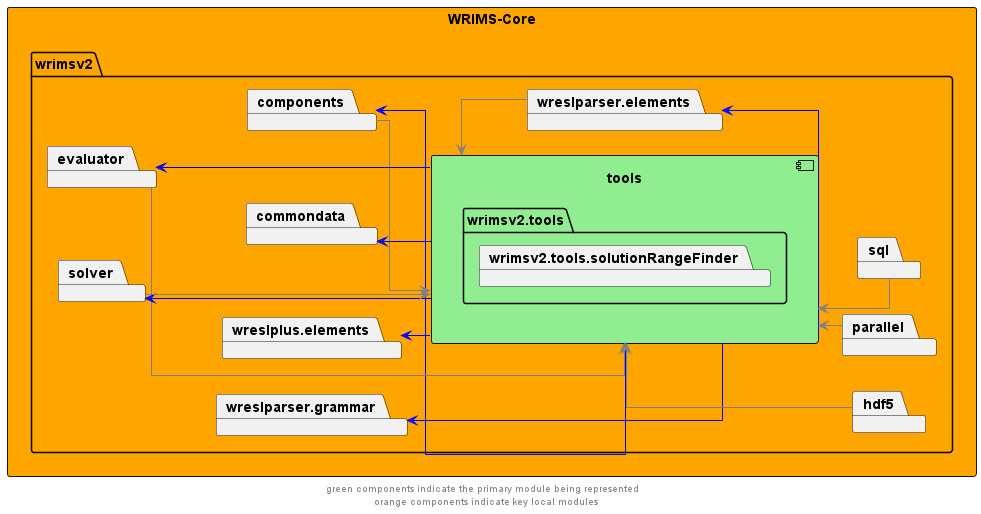
The PlantUML diagram docs/diagrams/wrims-core/wrims-core_tools.png in CentralValleyModeling/wrims, before a commit.
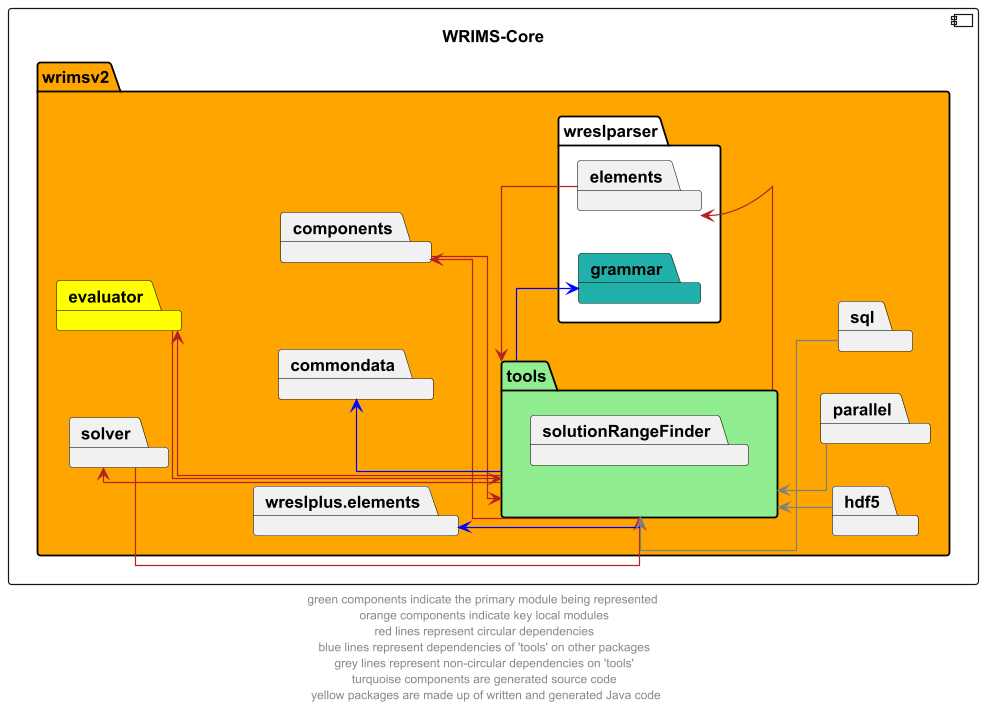
After the commit.

Diff of the diagram source:
```diff
@@ -2,21 +2,19 @@
 left to right direction
 skinparam linetype ortho
 
-rectangle wrims_core as "WRIMS-Core" #orange {
-        package wrimsv2{
-            package tools {
-                component tools #lightgreen {
-                    package wrimsv2.tools{
-                        package wrimsv2.tools.solutionRangeFinder
-                    }
-                }
+component wrims_core as "WRIMS-Core" {
+        package wrimsv2 #orange {
+            package tools #lightgreen {
+                package solutionRangeFinder
             }
         package commondata
         package components
-        package evaluator
+        package evaluator #yellow
         package solver
-        package wreslparser.elements
-        package wreslparser.grammar
+        package wreslparser #white {
+            package elements
+            package grammar #lightseagreen
+        }
         package wreslplus.elements
 
         package hdf5
@@ -25,17 +23,17 @@
     }
 }
 
-tools -u->  components #blue
-components -->  tools #grey
-tools -l->  evaluator #blue
-evaluator -->  tools #grey
-tools -u->  solver #blue
-solver -->  tools #grey
-tools -r->  wreslparser.elements #blue
-wreslparser.elements -l->  tools #grey
+tools -u->  components #firebrick
+components -->  tools #firebrick
+tools -l->  evaluator #firebrick
+evaluator -->  tools #firebrick
+tools -u->  solver #firebrick
+solver -->  tools #firebrick
+tools -r->  elements #firebrick
+elements -l->  tools #firebrick
 
 tools -u->  commondata #blue
-tools -u-> wreslparser.grammar #blue
+tools -u-> grammar #blue
 tools -u-> wreslplus.elements #blue
 
 hdf5 -u->  tools #grey
@@ -45,5 +43,5 @@
 components -u[hidden]-> evaluator
 commondata -u[hidden]-> solver
 
-footer "green components indicate the primary module being represented \n orange components indicate key local modules"
+footer "green components indicate the primary module being represented \n orange components indicate key local modules \n red lines represent circular dependencies \n blue lines represent dependencies of 'tools' on other packages \n grey lines represent non-circular dependencies on 'tools' \n turquoise components are generated source code \n yellow packages are made up of written and generated Java code"
 @enduml
```
